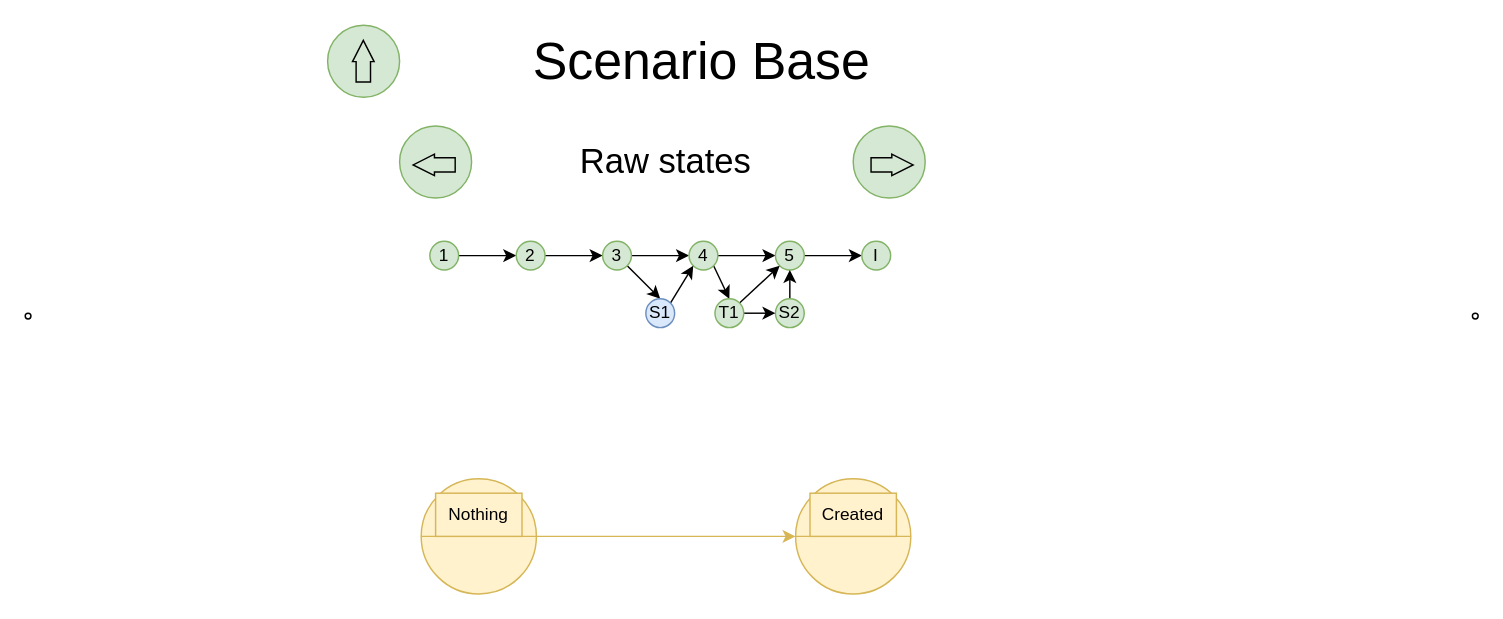
Before: page "S1" (4 of 9) of spec/BaseScenario.drawio in Pruvendo/hipo-wallet, a draw.io diagram. Source tidied: cells renumbered, new cells numbered last; positions are measured from the earlier drawing's top-left corner, leaving out a move shared by most shapes. Both pictures are drawn from the tidied source at 144%, with x=0, y=0 at pixel (24, 24).
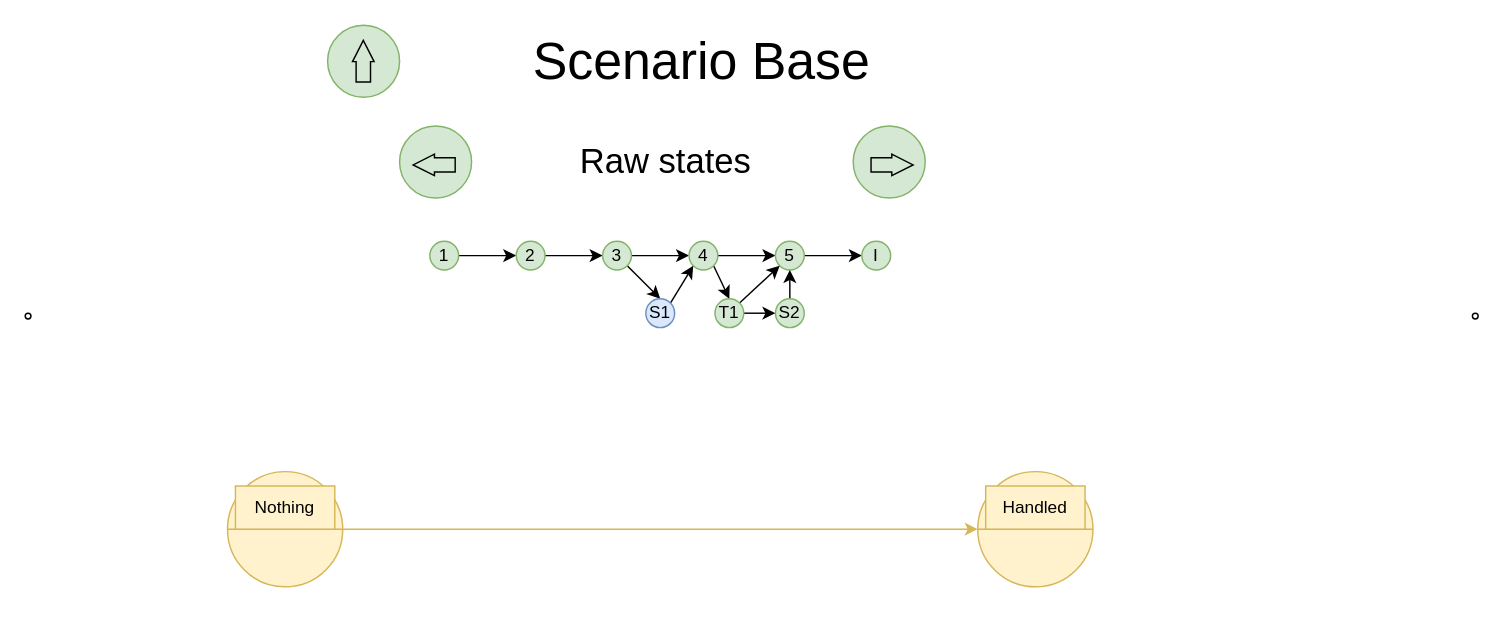
Above is the later version.

What changed in the source:
```diff
@@
-    <mxCell id="2" style="edgeStyle=orthogonalEdgeStyle;rounded=0;jettySize=auto;html=1;exitX=1;exitY=0.5;exitDx=0;exitDy=0;entryX=0;entryY=0.5;entryDx=0;entryDy=0;fillColor=#fff2cc;strokeColor=#d6b656;" parent="1" edge="1" source="3" target="5">
-      <mxGeometry relative="1" as="geometry" />
-    </mxCell>
+    <mxCell id="37" style="edgeStyle=orthogonalEdgeStyle;rounded=0;jettySize=auto;html=1;exitX=1;exitY=0.5;exitDx=0;exitDy=0;entryX=0;entryY=0.5;entryDx=0;entryDy=0;fillColor=#fff2cc;strokeColor=#d6b656;" parent="1" edge="1" source="3" target="38">
+      <mxGeometry relative="1" as="geometry" />
+    </mxCell>
     <mxCell id="3" style="shape=lineEllipse;perimeter=ellipsePerimeter;whiteSpace=wrap;html=1;backgroundOutline=1;fillColor=#fff2cc;strokeColor=#d6b656;" parent="1" vertex="1">
-      <mxGeometry x="275" y="315" width="80" height="80" as="geometry" />
+      <mxGeometry x="140.5" y="310" width="80" height="80" as="geometry" />
     </mxCell>
     <mxCell id="4" value="Nothing" style="text;html=1;strokeColor=#d6b656;fillColor=#fff2cc;align=center;verticalAlign=middle;whiteSpace=wrap;rounded=0;" parent="1" vertex="1">
-      <mxGeometry x="285" y="325" width="60" height="30" as="geometry" />
+      <mxGeometry x="146" y="320" width="69" height="30" as="geometry" />
     </mxCell>
-    <mxCell id="5" style="shape=lineEllipse;perimeter=ellipsePerimeter;whiteSpace=wrap;html=1;backgroundOutline=1;fillColor=#fff2cc;strokeColor=#d6b656;" parent="1" vertex="1">
-      <mxGeometry x="535" y="315" width="80" height="80" as="geometry" />
-    </mxCell>
-    <mxCell id="6" value="Created" style="text;html=1;strokeColor=#d6b656;fillColor=#fff2cc;align=center;verticalAlign=middle;whiteSpace=wrap;rounded=0;" parent="1" vertex="1">
-      <mxGeometry x="545" y="325" width="60" height="30" as="geometry" />
-    </mxCell>
@@
+    <mxCell id="38" style="shape=lineEllipse;perimeter=ellipsePerimeter;whiteSpace=wrap;html=1;backgroundOutline=1;fillColor=#fff2cc;strokeColor=#d6b656;" parent="1" vertex="1">
+      <mxGeometry x="661.5" y="310" width="80" height="80" as="geometry" />
+    </mxCell>
+    <mxCell id="39" value="Handled" style="text;html=1;strokeColor=#d6b656;fillColor=#fff2cc;align=center;verticalAlign=middle;whiteSpace=wrap;rounded=0;" parent="1" vertex="1">
+      <mxGeometry x="667" y="320" width="69" height="30" as="geometry" />
+    </mxCell>
```
